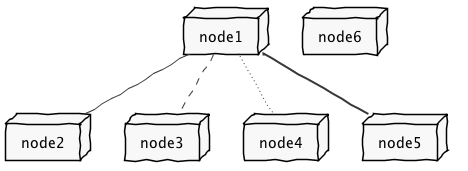
HugoFernandes2343/LAPR4_2017-2018 keeps this PlantUML diagram as docs/student-1133224/sp1/net.png. Above is the earlier version. Its diagram source:
```plantuml
@startuml net.png
skinparam handwritten true
skinparam monochrome true
skinparam packageStyle rect
skinparam defaultFontName FG Virgil
skinparam shadowing false

node node1
node node2
node node3
node node4
node node5
node node6
node1 -- node2
node1 .. node3
node1 ~~ node4
node1 == node5

@enduml
```
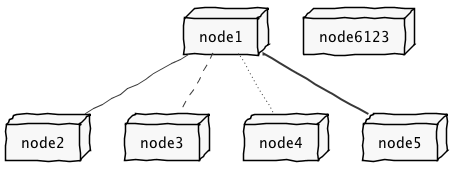
The same file after the commit.

Change to the diagram source:
```diff
@@ -10,7 +10,7 @@
 node node3
 node node4
 node node5
-node node6
+node node6123
 node1 -- node2
 node1 .. node3
 node1 ~~ node4
```
